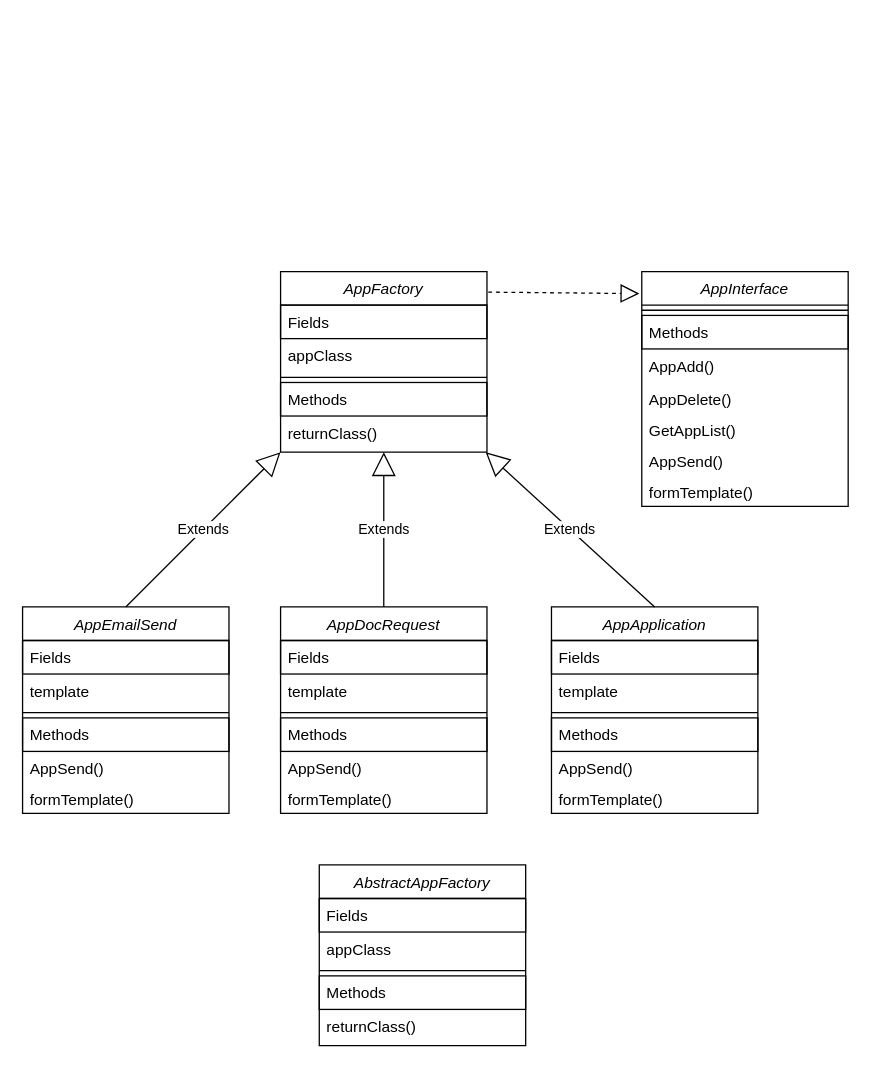
Earlier version of the draw.io diagram page "Page-1" (1 of 3) of Диаграмма без названия.drawio (RandomIsGreat/test). Source tidied: cells renumbered, new cells numbered last; positions are measured from the earlier drawing's top-left corner, leaving out a move shared by most shapes. Both pictures are drawn from the tidied source at 129%, with x=0, y=0 at pixel (22, 271).
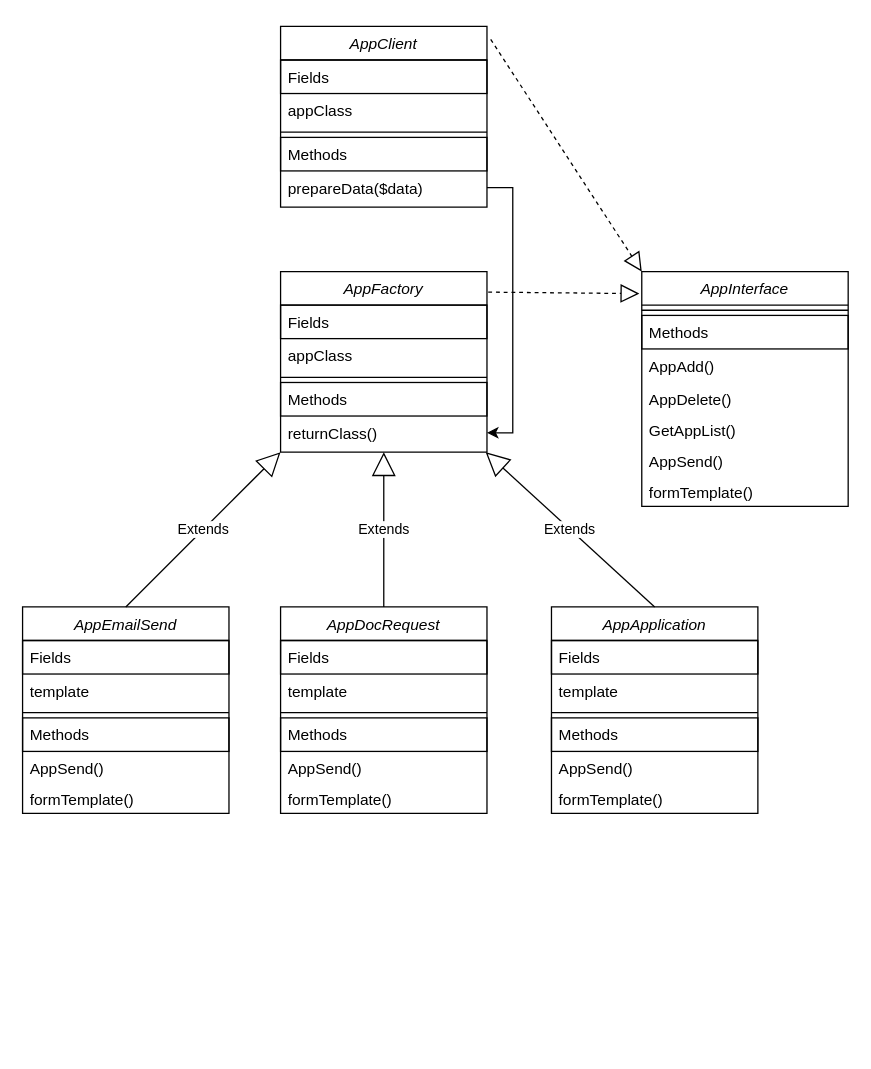
The same diagram, later.

The change refers to these unchanged cells:
```xml
<mxCell id="7" value="returnClass()" style="text;align=left;verticalAlign=top;spacingLeft=4;spacingRight=4;overflow=hidden;points=[[0,0.5],[1,0.5]];portConstraint=eastwest;" parent="2" vertex="1">
  <mxGeometry y="112" width="160" height="26" as="geometry" />
</mxCell>
<mxCell id="8" value="AppInterface" style="swimlane;fontStyle=2;align=center;verticalAlign=top;horizontal=1;startSize=26;rounded=0;shadow=0;strokeWidth=1;" parent="1" vertex="1">
  <mxGeometry x="480" width="160" height="182" as="geometry" />
</mxCell>
```

Diff of the diagram source:
```diff
@@
-    <mxCell id="41" value="AbstractAppFactory" style="swimlane;fontStyle=2;align=center;verticalAlign=top;horizontal=1;startSize=26;rounded=0;shadow=0;strokeWidth=1;" parent="1" vertex="1">
-      <mxGeometry x="230" y="460" width="160" height="140" as="geometry" />
-    </mxCell>
+    <mxCell id="47" value="AppClient" style="swimlane;fontStyle=2;align=center;verticalAlign=top;horizontal=1;startSize=26;rounded=0;shadow=0;strokeWidth=1;" parent="1" vertex="1">
+      <mxGeometry x="200" y="-190" width="160" height="140" as="geometry" />
+    </mxCell>
-    <mxCell id="42" value="Fields" style="text;align=left;verticalAlign=top;spacingLeft=4;spacingRight=4;overflow=hidden;strokeColor=default;" parent="41" vertex="1">
+    <mxCell id="42" value="Fields" style="text;align=left;verticalAlign=top;spacingLeft=4;spacingRight=4;overflow=hidden;strokeColor=default;" parent="47" vertex="1">
       <mxGeometry y="26" width="160" height="26" as="geometry" />
     </mxCell>
-    <mxCell id="43" value="appClass" style="text;align=left;verticalAlign=top;spacingLeft=4;spacingRight=4;overflow=hidden;rounded=0;shadow=0;html=0;" parent="41" vertex="1">
+    <mxCell id="43" value="appClass" style="text;align=left;verticalAlign=top;spacingLeft=4;spacingRight=4;overflow=hidden;rounded=0;shadow=0;html=0;" parent="47" vertex="1">
       <mxGeometry y="52" width="160" height="26" as="geometry" />
     </mxCell>
-    <mxCell id="44" style="line;html=1;strokeWidth=1;align=left;verticalAlign=middle;spacingTop=-1;spacingLeft=3;spacingRight=3;labelPosition=right;" parent="41" vertex="1">
+    <mxCell id="44" style="line;html=1;strokeWidth=1;align=left;verticalAlign=middle;spacingTop=-1;spacingLeft=3;spacingRight=3;labelPosition=right;" parent="47" vertex="1">
       <mxGeometry y="78" width="160" height="8" as="geometry" />
     </mxCell>
-    <mxCell id="45" value="Methods" style="text;align=left;verticalAlign=top;spacingLeft=4;spacingRight=4;overflow=hidden;strokeColor=default;" parent="41" vertex="1">
+    <mxCell id="45" value="Methods" style="text;align=left;verticalAlign=top;spacingLeft=4;spacingRight=4;overflow=hidden;strokeColor=default;" parent="47" vertex="1">
       <mxGeometry y="86" width="160" height="26" as="geometry" />
     </mxCell>
-    <mxCell id="46" value="returnClass()" style="text;align=left;verticalAlign=top;spacingLeft=4;spacingRight=4;overflow=hidden;" parent="41" vertex="1">
-      <mxGeometry y="112" width="160" height="26" as="geometry" />
-    </mxCell>
+    <mxCell id="48" value="prepareData($data)" style="text;align=left;verticalAlign=top;spacingLeft=4;spacingRight=4;overflow=hidden;points=[[0,0.5],[1,0.5]];portConstraint=eastwest;" parent="47" vertex="1">
+      <mxGeometry y="112" width="160" height="26" as="geometry" />
+    </mxCell>
+    <mxCell id="49" style="endArrow=block;dashed=1;endFill=0;endSize=12;html=1;rounded=0;exitX=1.006;exitY=0.114;exitDx=0;exitDy=0;exitPerimeter=0;entryX=0;entryY=0;entryDx=0;entryDy=0;" parent="1" edge="1" target="8">
+      <mxGeometry relative="1" as="geometry">
+        <mxPoint x="362.9" y="-180" as="sourcePoint" />
+      </mxGeometry>
+    </mxCell>
+    <mxCell id="50" style="edgeStyle=orthogonalEdgeStyle;rounded=0;jettySize=auto;html=1;exitX=1;exitY=0.5;exitDx=0;exitDy=0;entryX=1;entryY=0.5;entryDx=0;entryDy=0;" parent="1" edge="1" source="48" target="7">
+      <mxGeometry relative="1" as="geometry" />
+    </mxCell>
```
